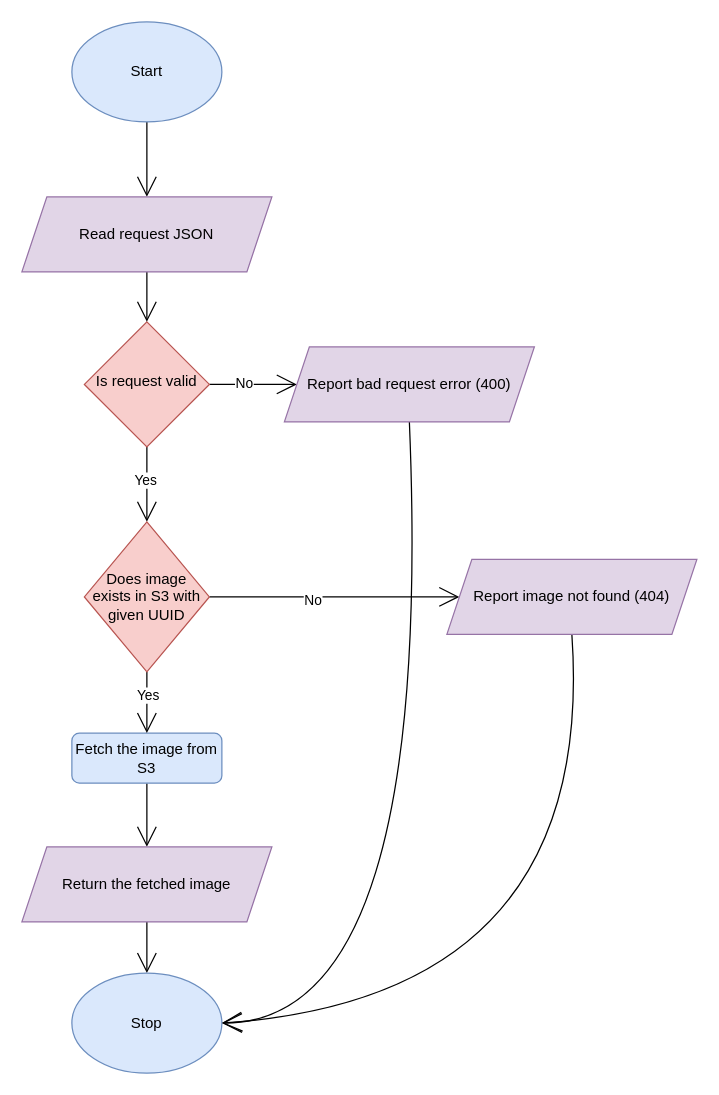
Earlier version of the draw.io diagram GetImage_API_flowchart.drawio (roushanatlcci/testRepo). Source tidied: cells renumbered, new cells numbered last; positions are measured from the earlier drawing's top-left corner, leaving out a move shared by most shapes. Both pictures are drawn from the tidied source at 125%, with x=0, y=0 at pixel (21, 21).
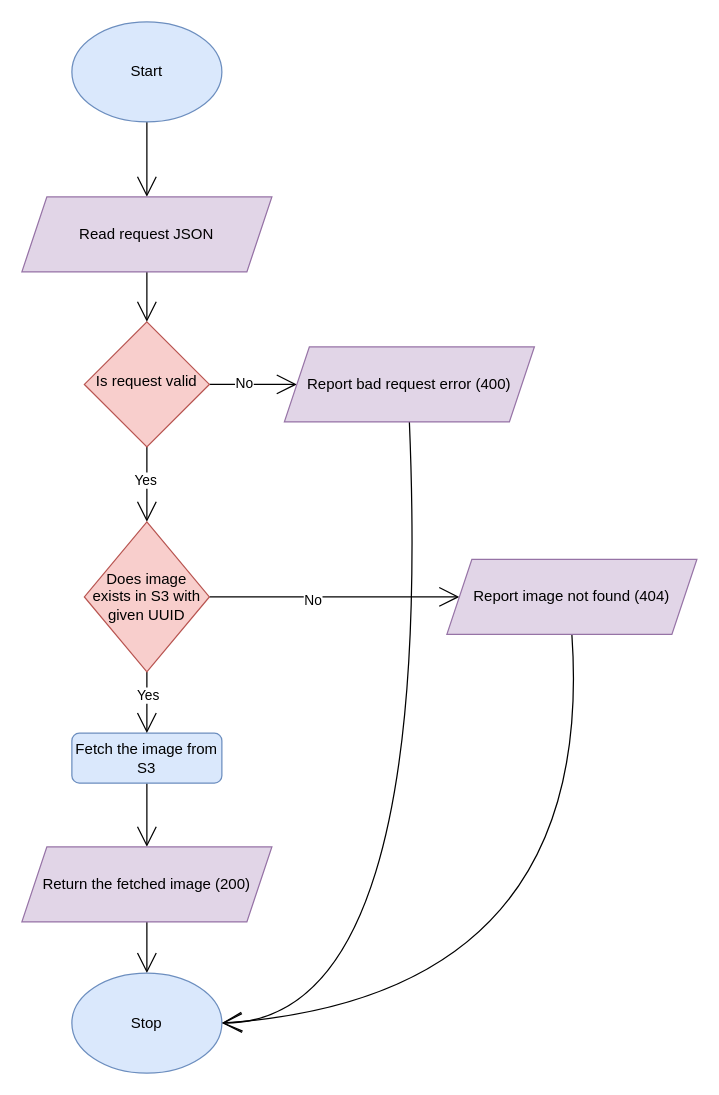
Above is the later version.

Change to the diagram source:
```diff
@@
-    <mxCell id="14" value="&lt;span&gt;Return the fetched image&lt;/span&gt;" style="shape=parallelogram;perimeter=parallelogramPerimeter;whiteSpace=wrap;html=1;fixedSize=1;hachureGap=4;fillColor=#e1d5e7;strokeColor=#9673a6;" parent="1" vertex="1">
+    <mxCell id="14" value="&lt;span&gt;Return the fetched image (200)&lt;/span&gt;" style="shape=parallelogram;perimeter=parallelogramPerimeter;whiteSpace=wrap;html=1;fixedSize=1;hachureGap=4;fillColor=#e1d5e7;strokeColor=#9673a6;" parent="1" vertex="1">
       <mxGeometry y="660" width="200" height="60" as="geometry" />
     </mxCell>
```
